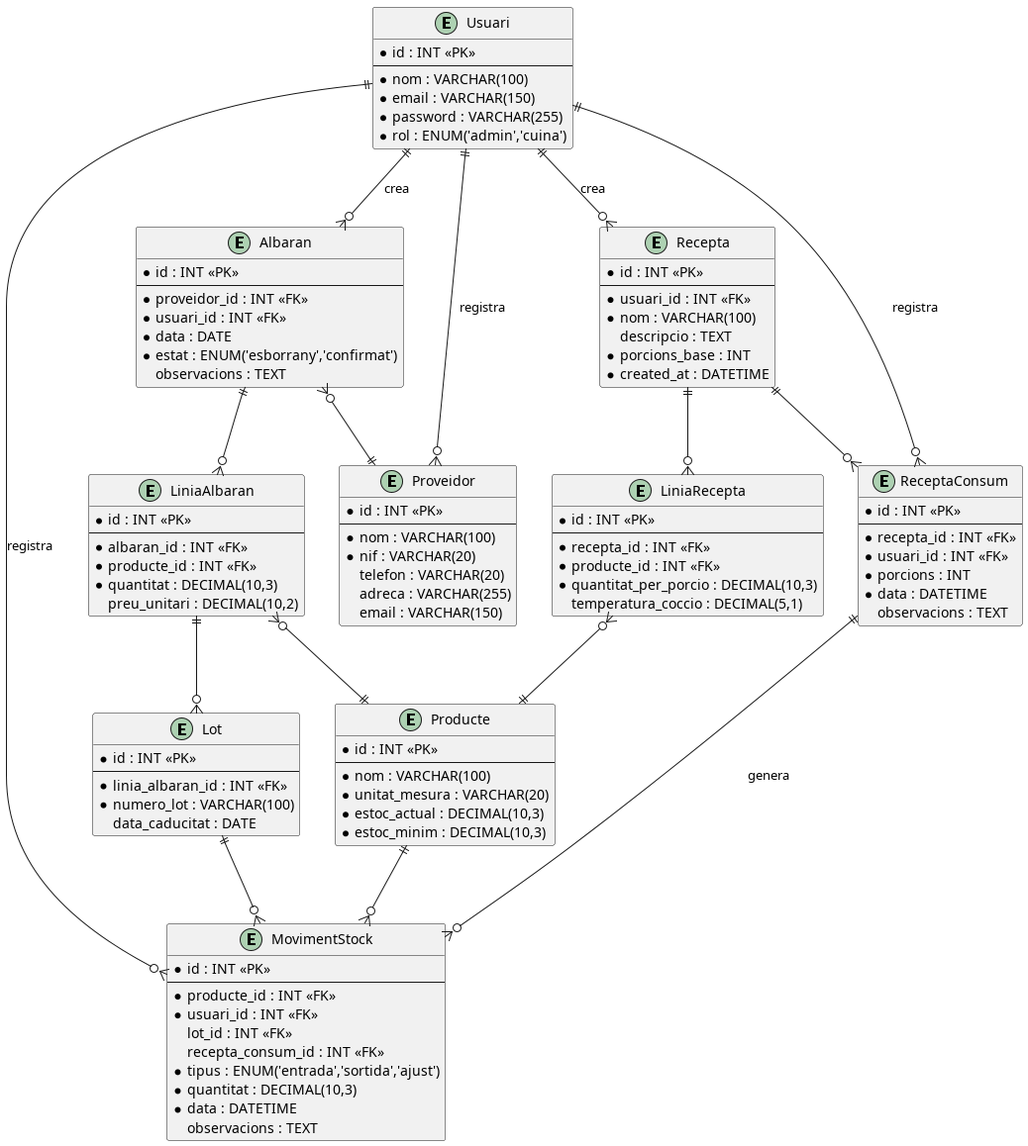
ajimenez-11/Vitalis keeps this PlantUML diagram as diagrames/model-dades.png. Above is the earlier version.
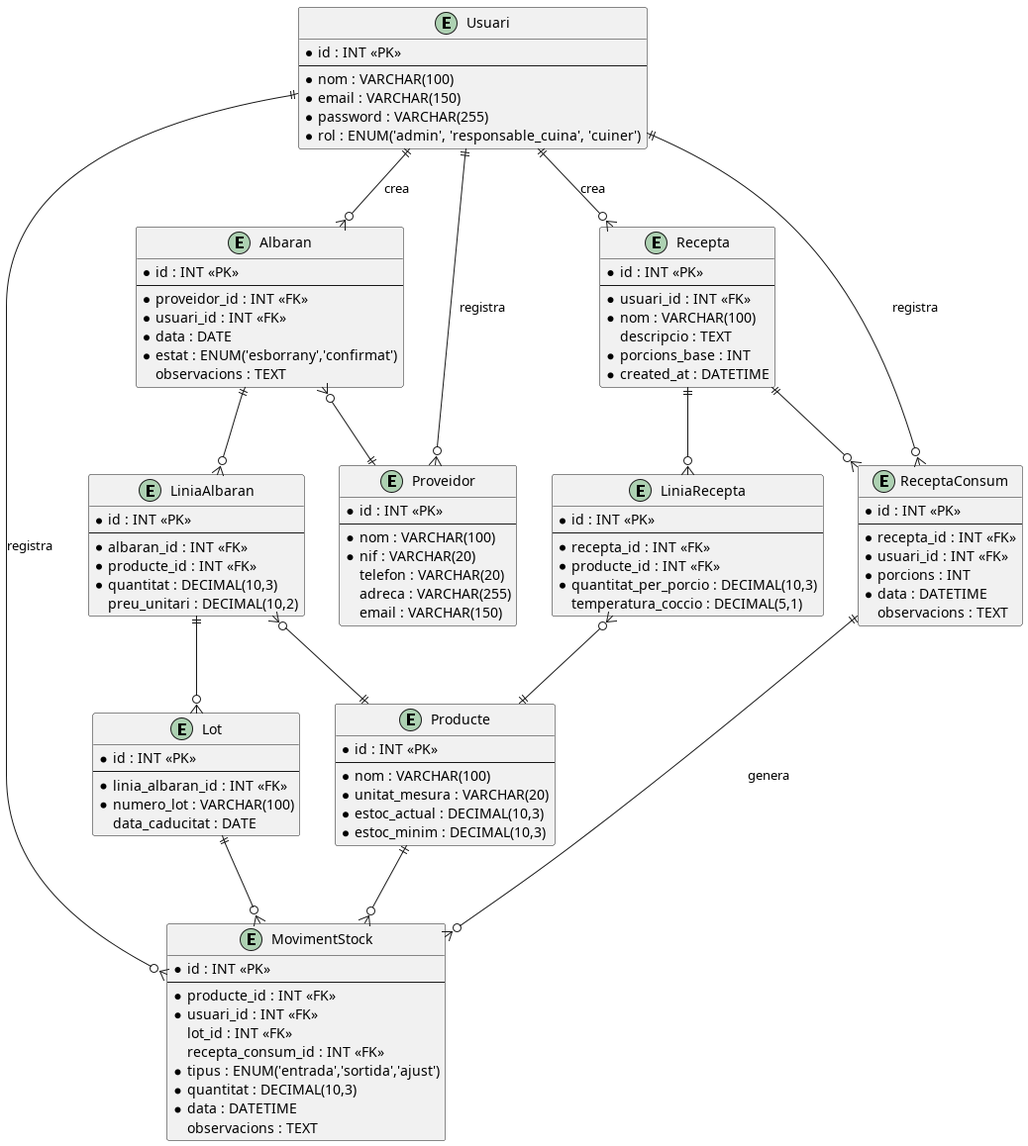
After the commit.

Commit message:
Imatges actualitzadesç

The edit, as a diff of the source:
```diff
@@ -5,7 +5,7 @@
   * nom : VARCHAR(100)
   * email : VARCHAR(150)
   * password : VARCHAR(255)
-  * rol : ENUM('admin','cuina')
+  * rol : ENUM('admin', 'responsable_cuina', 'cuiner')
 }
 
 entity "Albaran" as Albaran {
```
